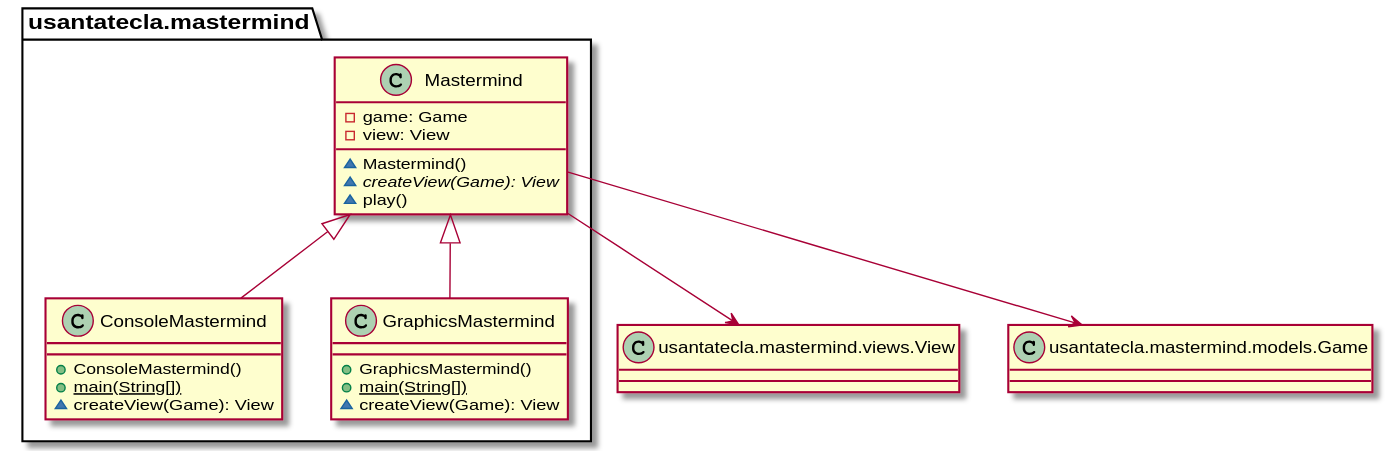
Before: documentView/withFactoryMethod/docs/diagrams/out/paquetes/mastermind.svg, a diagram exported from PlantUML (SantaTecla-mastermind/solution.java.swing.socket.sql).
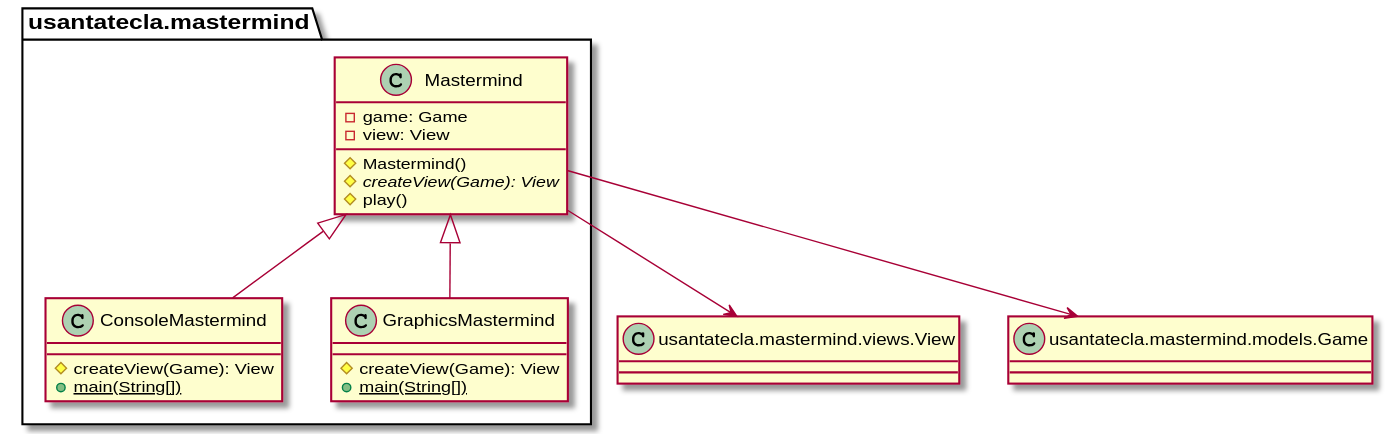
After the change.

Change to the diagram source:
```diff
@@ -1,24 +1,22 @@
 @startuml
 class  usantatecla.mastermind.ConsoleMastermind{
-+ ConsoleMastermind()
+# createView(Game): View
 + {static} main(String[])
-~ createView(Game): View
 }
 usantatecla.mastermind.Mastermind <|-down- usantatecla.mastermind.ConsoleMastermind
 
 class  usantatecla.mastermind.GraphicsMastermind{
-+ GraphicsMastermind()
+# createView(Game): View
 + {static} main(String[])
-~ createView(Game): View
 }
 usantatecla.mastermind.Mastermind <|-down- usantatecla.mastermind.GraphicsMastermind
 
 class  usantatecla.mastermind.Mastermind{
 - game: Game
 - view: View
-~ Mastermind()
-~ {abstract} createView(Game): View
-~ play()
+# Mastermind()
+# {abstract} createView(Game): View
+# play()
 }
 
 class View as "usantatecla.mastermind.views.View"{
```
